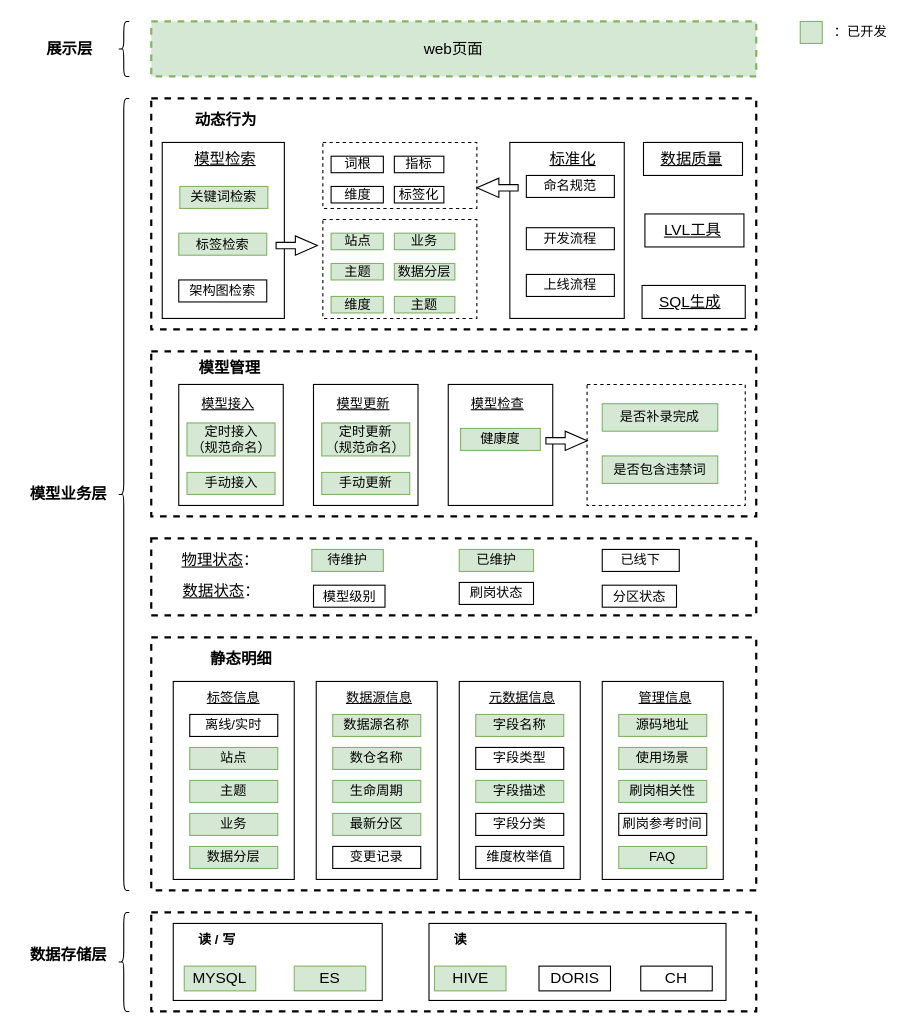
This is page "业务架构v2" (8 of 8) of demo01/数据地图.drawio from huang-chh/draw, a draw.io file, before an edit. Source tidied: cells renumbered, new cells numbered last; positions are measured from the earlier drawing's top-left corner, leaving out a move shared by most shapes. Both pictures are drawn from the tidied source at 110%, with x=0, y=0 at pixel (19, 19).
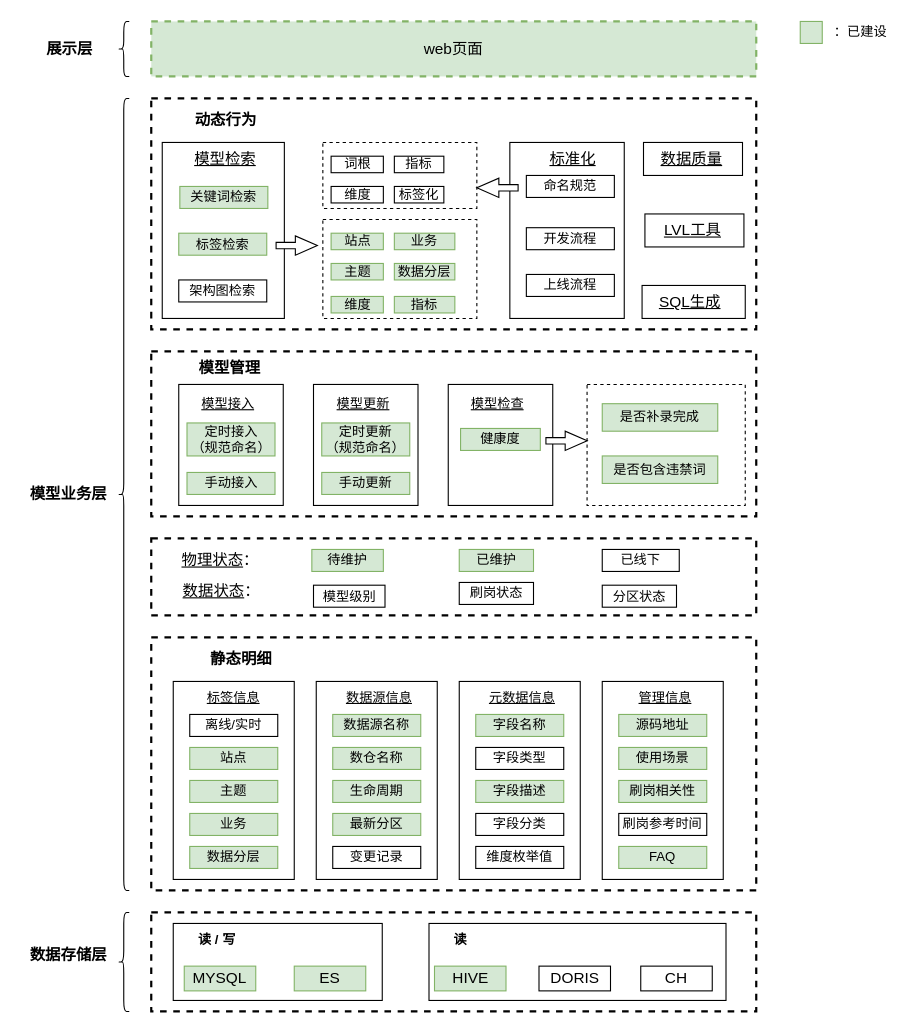
The same page after the edit.

The edit, as a diff of the source:
```diff
@@
-    <mxCell id="96" value="主题" style="rounded=0;whiteSpace=wrap;html=1;strokeWidth=1;fillColor=#d5e8d4;strokeColor=#82b366;" parent="1" vertex="1">
+    <mxCell id="96" value="指标" style="rounded=0;whiteSpace=wrap;html=1;strokeWidth=1;fillColor=#d5e8d4;strokeColor=#82b366;" parent="1" vertex="1">
       <mxGeometry x="341" y="252" width="55" height="15" as="geometry" />
     </mxCell>
@@
-    <mxCell id="108" value="：已开发" style="text;html=1;strokeColor=none;fillColor=none;align=center;verticalAlign=middle;whiteSpace=wrap;rounded=0;" parent="1" vertex="1">
+    <mxCell id="108" value="：已建设" style="text;html=1;strokeColor=none;fillColor=none;align=center;verticalAlign=middle;whiteSpace=wrap;rounded=0;" parent="1" vertex="1">
       <mxGeometry x="740" y="-0.5" width="50" height="25" as="geometry" />
     </mxCell>
```
